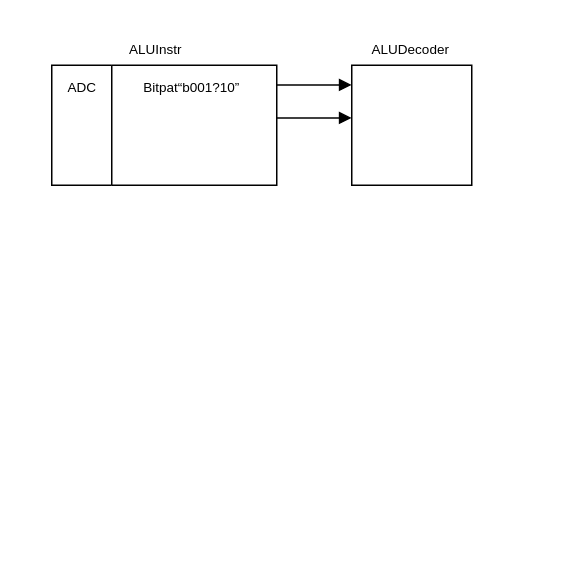
The draw.io diagram Untitled Diagram.drawio in xiaoqiangshijie/BRU, before the edit. Source tidied: cells renumbered, new cells numbered last; positions are measured from the earlier drawing's top-left corner, leaving out a move shared by most shapes. Both pictures are drawn from the tidied source at 150%, with x=0, y=0 at pixel (44, 26).
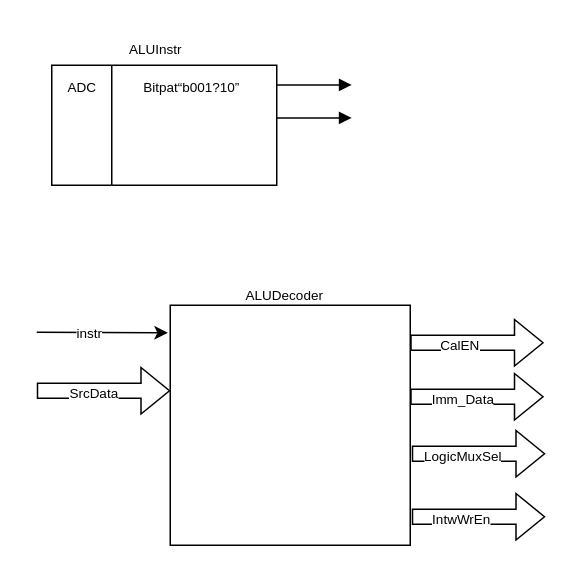
The same diagram, later.

What changed in the source:
```diff
@@
     <mxCell id="8" style="whiteSpace=wrap;html=1;fontSize=9;" parent="1" vertex="1">
-      <mxGeometry x="205" y="26" width="80" height="80" as="geometry" />
+      <mxGeometry x="84" y="186" width="160" height="160" as="geometry" />
     </mxCell>
     <mxCell id="9" value="&lt;font style=&quot;font-size: 9px;&quot;&gt;ALUDecoder&lt;/font&gt;" style="text;html=1;align=center;verticalAlign=middle;fillColor=none;strokeColor=none;rounded=0;" parent="1" vertex="1">
-      <mxGeometry x="199" width="90" height="30" as="geometry" />
+      <mxGeometry x="115" y="164" width="90" height="30" as="geometry" />
     </mxCell>
+    <mxCell id="10" style="shape=flexArrow;endArrow=classic;html=1;rounded=0;fontSize=9;" parent="1" edge="1">
+      <mxGeometry relative="1" as="geometry">
+        <mxPoint x="-5" y="243" as="sourcePoint" />
+        <mxPoint x="84" y="243" as="targetPoint" />
+      </mxGeometry>
+    </mxCell>
+    <mxCell id="11" value="SrcData" style="edgeLabel;html=1;align=center;verticalAlign=middle;fontSize=9;" parent="10" vertex="1">
+      <mxGeometry x="0.29" y="-1" relative="1" as="geometry">
+        <mxPoint x="-20" as="offset" />
+      </mxGeometry>
+    </mxCell>
+    <mxCell id="12" style="endArrow=classic;html=1;rounded=0;fontSize=9;entryX=-0.01;entryY=0.115;entryDx=0;entryDy=0;entryPerimeter=0;" parent="1" edge="1" target="8">
+      <mxGeometry relative="1" as="geometry">
+        <mxPoint x="-5" y="204" as="sourcePoint" />
+      </mxGeometry>
+    </mxCell>
+    <mxCell id="13" value="instr" style="edgeLabel;html=1;align=center;verticalAlign=middle;fontSize=9;" parent="12" vertex="1">
+      <mxGeometry x="0.27" relative="1" as="geometry">
+        <mxPoint x="-20" as="offset" />
+      </mxGeometry>
+    </mxCell>
+    <mxCell id="14" style="shape=flexArrow;endArrow=classic;html=1;rounded=0;fontSize=9;" parent="1" edge="1">
+      <mxGeometry relative="1" as="geometry">
+        <mxPoint x="244" y="211" as="sourcePoint" />
+        <mxPoint x="333" y="211" as="targetPoint" />
+      </mxGeometry>
+    </mxCell>
+    <mxCell id="15" value="CalEN" style="edgeLabel;html=1;align=center;verticalAlign=middle;fontSize=9;" parent="14" vertex="1">
+      <mxGeometry x="-0.5" y="-1" relative="1" as="geometry">
+        <mxPoint x="10" as="offset" />
+      </mxGeometry>
+    </mxCell>
+    <mxCell id="16" style="shape=flexArrow;endArrow=classic;html=1;rounded=0;fontSize=9;" parent="1" edge="1">
+      <mxGeometry relative="1" as="geometry">
+        <mxPoint x="244" y="247" as="sourcePoint" />
+        <mxPoint x="333" y="247" as="targetPoint" />
+      </mxGeometry>
+    </mxCell>
+    <mxCell id="17" value="Imm_Data" style="edgeLabel;html=1;align=center;verticalAlign=middle;fontSize=9;" parent="16" vertex="1">
+      <mxGeometry x="-0.5" y="-1" relative="1" as="geometry">
+        <mxPoint x="12" as="offset" />
+      </mxGeometry>
+    </mxCell>
+    <mxCell id="18" style="shape=flexArrow;endArrow=classic;html=1;rounded=0;fontSize=9;" parent="1" edge="1">
+      <mxGeometry relative="1" as="geometry">
+        <mxPoint x="245" y="285" as="sourcePoint" />
+        <mxPoint x="334" y="285" as="targetPoint" />
+      </mxGeometry>
+    </mxCell>
+    <mxCell id="19" style="edgeLabel;html=1;align=center;verticalAlign=middle;fontSize=9;" parent="18" vertex="1">
+      <mxGeometry x="-0.35" y="-4" relative="1" as="geometry" />
+    </mxCell>
+    <mxCell id="20" value="LogicMuxSel" style="edgeLabel;html=1;align=center;verticalAlign=middle;fontSize=9;" parent="18" vertex="1">
+      <mxGeometry x="-0.32" y="-1" relative="1" as="geometry">
+        <mxPoint x="3" as="offset" />
+      </mxGeometry>
+    </mxCell>
+    <mxCell id="21" style="shape=flexArrow;endArrow=classic;html=1;rounded=0;fontSize=9;" parent="1" edge="1">
+      <mxGeometry relative="1" as="geometry">
+        <mxPoint x="245" y="327" as="sourcePoint" />
+        <mxPoint x="334" y="327" as="targetPoint" />
+      </mxGeometry>
+    </mxCell>
+    <mxCell id="22" style="edgeLabel;html=1;align=center;verticalAlign=middle;fontSize=9;" parent="21" vertex="1">
+      <mxGeometry x="-0.35" y="-4" relative="1" as="geometry" />
+    </mxCell>
+    <mxCell id="23" value="IntwWrEn" style="edgeLabel;html=1;align=center;verticalAlign=middle;fontSize=9;" parent="21" vertex="1">
+      <mxGeometry x="-0.32" y="-1" relative="1" as="geometry">
+        <mxPoint x="2" as="offset" />
+      </mxGeometry>
+    </mxCell>
```
